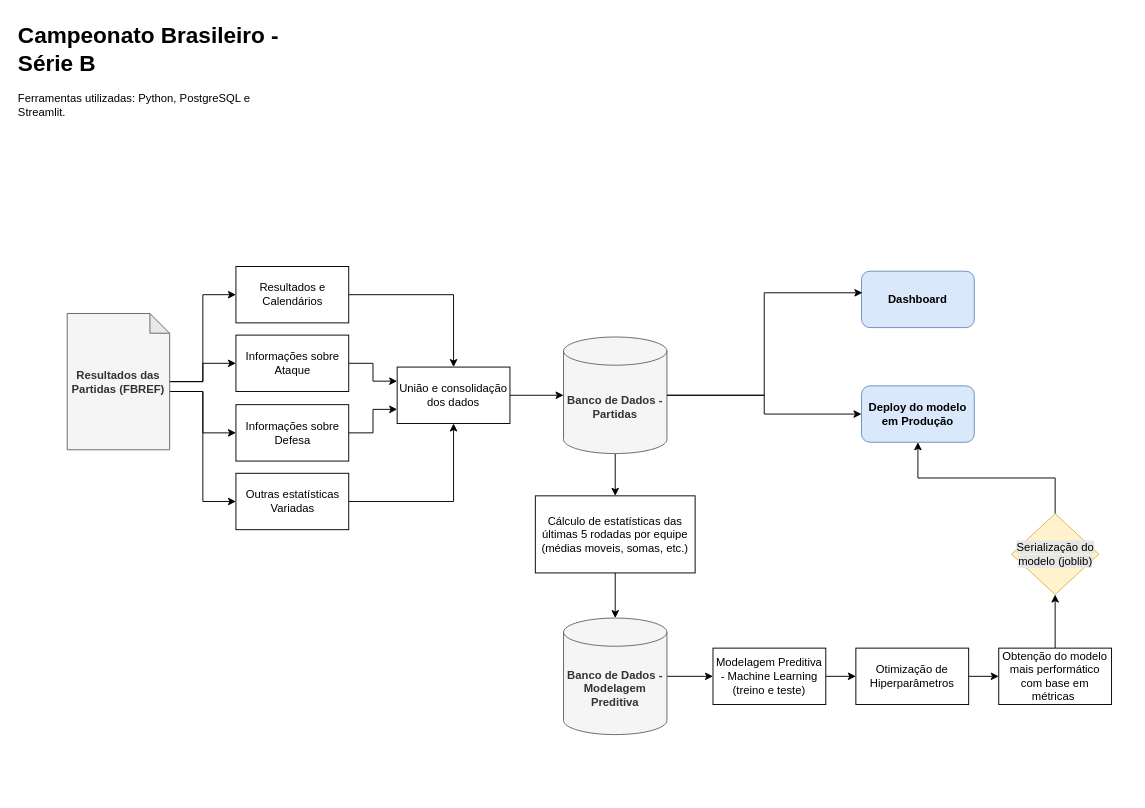
Above: references/diagrama_br-serieb.drawio in viniciusbelchior0/CampeonatoBR_serieB (draw.io), before the change. Source tidied: cells renumbered, new cells numbered last; positions are measured from the earlier drawing's top-left corner, leaving out a move shared by most shapes. Both pictures are drawn from the tidied source at 94%, with x=0, y=0 at pixel (16, 16).
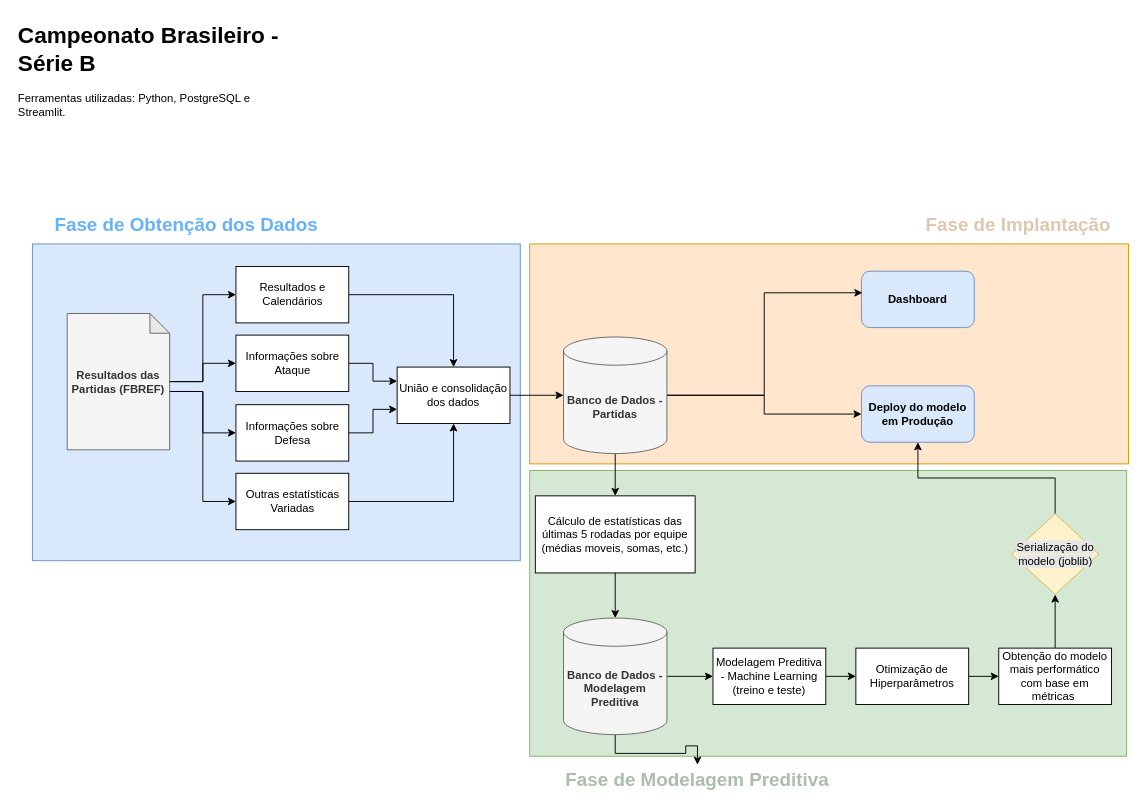
The same page after the edit.

Unchanged cells that the change refers to:
```xml
<mxCell id="28" value="Banco de Dados - Modelagem Preditiva" style="shape=cylinder3;whiteSpace=wrap;html=1;boundedLbl=1;backgroundOutline=1;size=15;fillColor=#f5f5f5;fontColor=#333333;strokeColor=#666666;fontStyle=1;" parent="1" vertex="1">
  <mxGeometry x="582" y="640" width="110" height="124" as="geometry" />
</mxCell>
```

What changed in the source:
```diff
@@
+    <mxCell id="36" style="rounded=0;whiteSpace=wrap;html=1;fillColor=#FFE6CC;strokeColor=#d79b00;" parent="1" vertex="1">
+      <mxGeometry x="546" y="242" width="637" height="234" as="geometry" />
+    </mxCell>
+    <mxCell id="37" style="rounded=0;whiteSpace=wrap;html=1;fillColor=#d5e8d4;strokeColor=#82b366;" parent="1" vertex="1">
+      <mxGeometry x="546" y="483" width="635" height="304" as="geometry" />
+    </mxCell>
+    <mxCell id="38" style="rounded=0;whiteSpace=wrap;html=1;fillColor=#dae8fc;strokeColor=#6c8ebf;" parent="1" vertex="1">
+      <mxGeometry x="17" y="242" width="519" height="337" as="geometry" />
+    </mxCell>
@@
+    <mxCell id="39" style="edgeStyle=orthogonalEdgeStyle;rounded=0;jettySize=auto;html=1;" parent="1" edge="1" source="28" target="41">
+      <mxGeometry relative="1" as="geometry" />
+    </mxCell>
@@
+    <mxCell id="40" value="&lt;b&gt;&lt;font color=&quot;#66b2ff&quot; style=&quot;font-size: 20px;&quot;&gt;Fase de Obtenção dos Dados&lt;/font&gt;&lt;/b&gt;" style="text;html=1;align=center;verticalAlign=middle;whiteSpace=wrap;rounded=0;" parent="1" vertex="1">
+      <mxGeometry x="17" y="206" width="328" height="30" as="geometry" />
+    </mxCell>
+    <mxCell id="41" value="&lt;b&gt;&lt;font color=&quot;#adbdac&quot; style=&quot;font-size: 20px;&quot;&gt;Fase de Modelagem Preditiva&lt;/font&gt;&lt;/b&gt;" style="text;html=1;align=center;verticalAlign=middle;whiteSpace=wrap;rounded=0;" parent="1" vertex="1">
+      <mxGeometry x="546" y="796" width="357" height="30" as="geometry" />
+    </mxCell>
+    <mxCell id="42" value="&lt;b&gt;&lt;font color=&quot;#dec8b1&quot; style=&quot;font-size: 20px;&quot;&gt;Fase de Implantação&lt;/font&gt;&lt;/b&gt;" style="text;html=1;align=center;verticalAlign=middle;whiteSpace=wrap;rounded=0;" parent="1" vertex="1">
+      <mxGeometry x="949" y="206" width="234" height="30" as="geometry" />
+    </mxCell>
```
